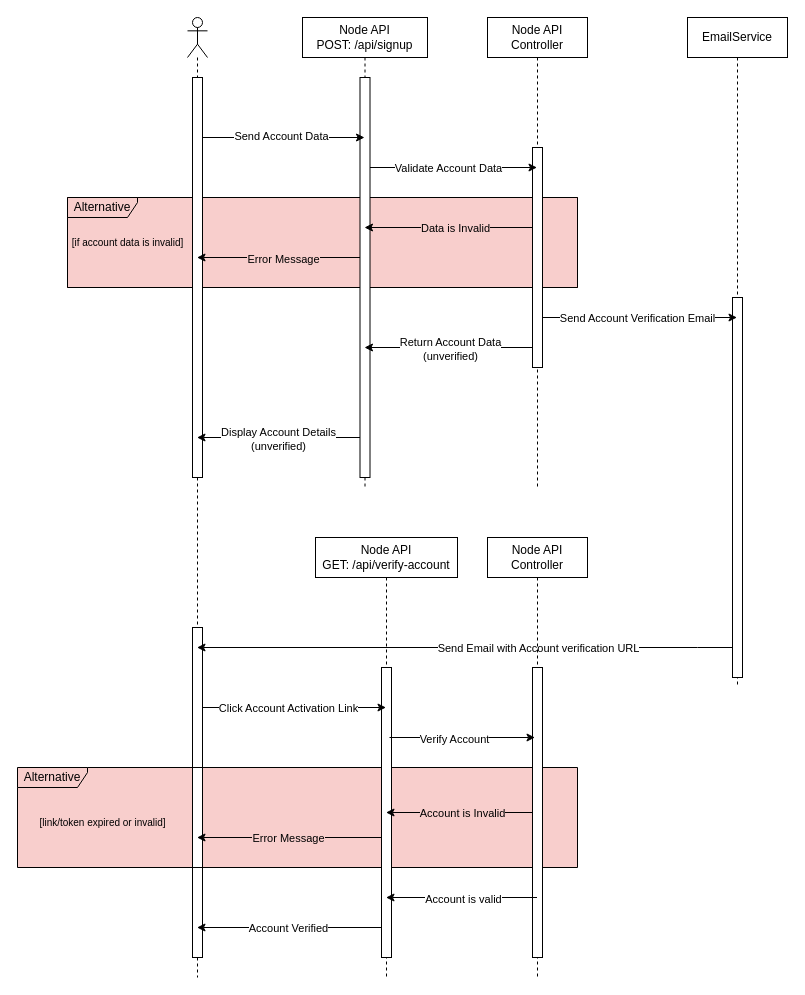
This is diagrams/UML/node-api.signup.sequence.drawio from guimassoqueto/node-clean-api, a draw.io file, before an edit. Source tidied: cells renumbered, new cells numbered last; positions are measured from the earlier drawing's top-left corner, leaving out a move shared by most shapes. Both pictures are drawn from the tidied source at 100%, with x=0, y=0 at pixel (17, 17).
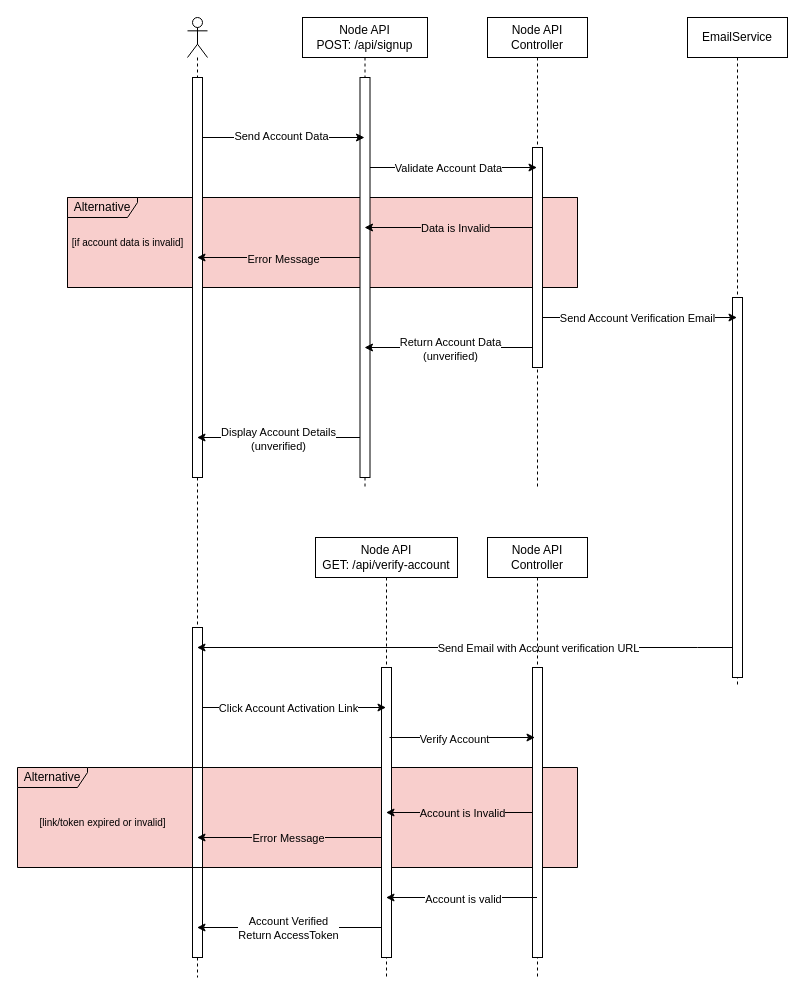
After the change.

Commit message (it also covers changes not shown here):
docs: update sequence diagram

The change refers to these unchanged cells:
```xml
<mxCell id="34" style="edgeStyle=elbowEdgeStyle;rounded=0;jettySize=auto;html=1;elbow=vertical;curved=0;" parent="1" edge="1" source="36" target="5">
  <mxGeometry relative="1" as="geometry">
    <Array as="points">
      <mxPoint x="290" y="910" />
    </Array>
  </mxGeometry>
</mxCell>
```

Change to the diagram source:
```diff
@@
-    <mxCell id="35" value="Account Verified" style="edgeLabel;html=1;align=center;verticalAlign=middle;" parent="34" vertex="1">
+    <mxCell id="35" value="Account Verified&lt;br&gt;Return AccessToken" style="edgeLabel;html=1;align=center;verticalAlign=middle;" parent="34" vertex="1">
       <mxGeometry x="0.04" relative="1" as="geometry" />
     </mxCell>
```
